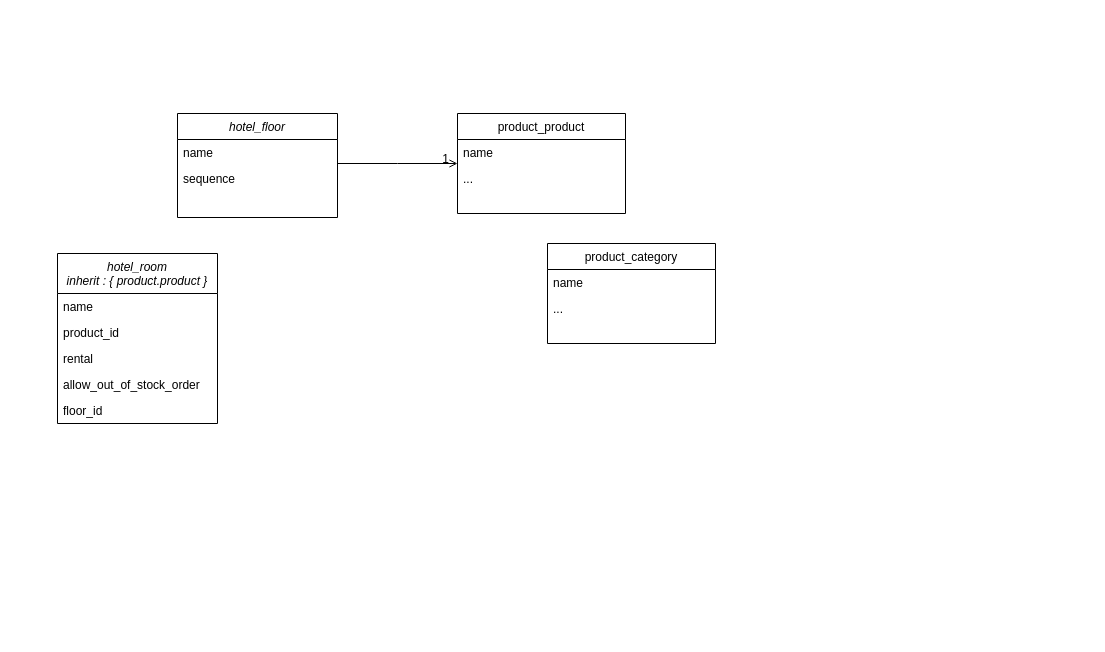
The draw.io diagram hotel_diagram.drawio in Jeremia1804/all_projects, before the edit. Source tidied: cells renumbered, new cells numbered last; positions are measured from the earlier drawing's top-left corner, leaving out a move shared by most shapes. Both pictures are drawn from the tidied source at 100%, with x=0, y=0 at pixel (57, 113).
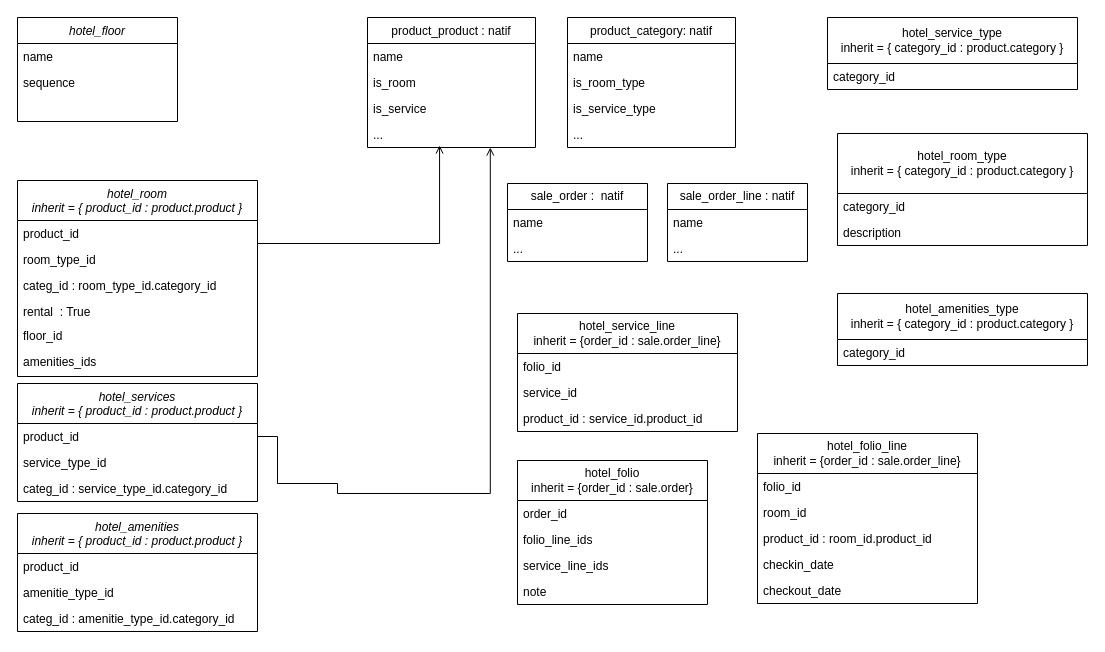
The same page after the edit.

Commit message (it also covers changes not shown here):
Mettre à jour hotel_diagram.drawio

What changed in the source:
```diff
@@
     <mxCell id="2" value="hotel_floor" style="swimlane;fontStyle=2;align=center;verticalAlign=top;horizontal=1;startSize=26;rounded=0;shadow=0;strokeWidth=1;" parent="1" vertex="1">
-      <mxGeometry x="120" width="160" height="104" as="geometry" />
+      <mxGeometry x="-40" y="-96" width="160" height="104" as="geometry" />
     </mxCell>
@@
-    <mxCell id="5" value="product_product" style="swimlane;fontStyle=0;align=center;verticalAlign=top;horizontal=1;startSize=26;rounded=0;shadow=0;strokeWidth=1;" parent="1" vertex="1">
-      <mxGeometry x="400" width="168" height="100" as="geometry" />
+    <mxCell id="5" value="product_product : natif" style="swimlane;fontStyle=0;align=center;verticalAlign=top;horizontal=1;startSize=26;rounded=0;shadow=0;strokeWidth=1;" parent="1" vertex="1">
+      <mxGeometry x="310" y="-96" width="168" height="130" as="geometry" />
     </mxCell>
@@
+    <mxCell id="19" value="is_room" style="text;align=left;verticalAlign=top;spacingLeft=4;spacingRight=4;overflow=hidden;rounded=0;shadow=0;html=0;" parent="5" vertex="1">
+      <mxGeometry y="52" width="168" height="26" as="geometry" />
+    </mxCell>
+    <mxCell id="20" value="is_service" style="text;align=left;verticalAlign=top;spacingLeft=4;spacingRight=4;overflow=hidden;rounded=0;shadow=0;html=0;" parent="5" vertex="1">
+      <mxGeometry y="78" width="168" height="26" as="geometry" />
+    </mxCell>
     <mxCell id="7" value="..." style="text;align=left;verticalAlign=top;spacingLeft=4;spacingRight=4;overflow=hidden;points=[[0,0.5],[1,0.5]];portConstraint=eastwest;rounded=0;shadow=0;html=0;" parent="5" vertex="1">
-      <mxGeometry y="52" width="168" height="26" as="geometry" />
+      <mxGeometry y="104" width="168" height="26" as="geometry" />
     </mxCell>
-    <mxCell id="8" style="endArrow=open;shadow=0;strokeWidth=1;rounded=0;curved=0;endFill=1;edgeStyle=elbowEdgeStyle;elbow=vertical;" parent="1" edge="1" source="2" target="5">
+    <mxCell id="8" style="endArrow=open;shadow=0;strokeWidth=1;rounded=0;curved=0;endFill=1;edgeStyle=elbowEdgeStyle;elbow=vertical;entryX=0.429;entryY=0.923;entryDx=0;entryDy=0;entryPerimeter=0;exitX=1;exitY=0.5;exitDx=0;exitDy=0;" parent="1" edge="1" source="15" target="7">
       <mxGeometry x="0.5" y="41" relative="1" as="geometry">
+        <Array as="points">
+          <mxPoint x="270" y="130" />
+        </Array>
         <mxPoint x="-40" y="32" as="offset" />
       </mxGeometry>
     </mxCell>
-    <mxCell id="9" value="1" style="align=right;verticalAlign=bottom;labelBackgroundColor=none;fontSize=12;" parent="8" vertex="1">
-      <mxGeometry x="1" relative="1" as="geometry">
-        <mxPoint x="-7" y="4" as="offset" />
-      </mxGeometry>
-    </mxCell>
-    <mxCell id="10" value="product_category" style="swimlane;fontStyle=0;align=center;verticalAlign=top;horizontal=1;startSize=26;rounded=0;shadow=0;strokeWidth=1;" parent="1" vertex="1">
-      <mxGeometry x="490" y="130" width="168" height="100" as="geometry" />
+    <mxCell id="10" value="product_category: natif" style="swimlane;fontStyle=0;align=center;verticalAlign=top;horizontal=1;startSize=26;rounded=0;shadow=0;strokeWidth=1;" parent="1" vertex="1">
+      <mxGeometry x="510" y="-96" width="168" height="130" as="geometry" />
     </mxCell>
@@
+    <mxCell id="21" value="is_room_type" style="text;align=left;verticalAlign=top;spacingLeft=4;spacingRight=4;overflow=hidden;rounded=0;shadow=0;html=0;" parent="10" vertex="1">
+      <mxGeometry y="52" width="168" height="26" as="geometry" />
+    </mxCell>
+    <mxCell id="22" value="is_service_type" style="text;align=left;verticalAlign=top;spacingLeft=4;spacingRight=4;overflow=hidden;rounded=0;shadow=0;html=0;" parent="10" vertex="1">
+      <mxGeometry y="78" width="168" height="26" as="geometry" />
+    </mxCell>
     <mxCell id="12" value="..." style="text;align=left;verticalAlign=top;spacingLeft=4;spacingRight=4;overflow=hidden;rounded=0;shadow=0;html=0;" parent="10" vertex="1">
-      <mxGeometry y="52" width="168" height="26" as="geometry" />
+      <mxGeometry y="104" width="168" height="26" as="geometry" />
     </mxCell>
-    <mxCell id="13" value="hotel_room&#10;inherit : { product.product }" style="swimlane;fontStyle=2;align=center;verticalAlign=top;horizontal=1;startSize=40;rounded=0;shadow=0;strokeWidth=1;" parent="1" vertex="1">
-      <mxGeometry y="140" width="160" height="170" as="geometry" />
+    <mxCell id="13" value="hotel_room&#10;inherit = { product_id : product.product }" style="swimlane;fontStyle=2;align=center;verticalAlign=top;horizontal=1;startSize=40;rounded=0;shadow=0;strokeWidth=1;" parent="1" vertex="1">
+      <mxGeometry x="-40" y="67" width="240" height="196" as="geometry" />
     </mxCell>
-    <mxCell id="14" value="name" style="text;align=left;verticalAlign=top;spacingLeft=4;spacingRight=4;overflow=hidden;" parent="13" vertex="1">
-      <mxGeometry y="40" width="160" height="26" as="geometry" />
-    </mxCell>
     <mxCell id="15" value="product_id" style="text;align=left;verticalAlign=top;spacingLeft=4;spacingRight=4;overflow=hidden;points=[[0,0.5],[1,0.5]];portConstraint=eastwest;rounded=0;shadow=0;html=0;" parent="13" vertex="1">
-      <mxGeometry y="66" width="160" height="26" as="geometry" />
+      <mxGeometry y="40" width="240" height="26" as="geometry" />
     </mxCell>
+    <mxCell id="23" value="room_type_id" style="text;align=left;verticalAlign=top;spacingLeft=4;spacingRight=4;overflow=hidden;rounded=0;shadow=0;html=0;" parent="13" vertex="1">
+      <mxGeometry y="66" width="240" height="26" as="geometry" />
+    </mxCell>
+    <mxCell id="24" value="categ_id : room_type_id.category_id" style="text;align=left;verticalAlign=top;spacingLeft=4;spacingRight=4;overflow=hidden;rounded=0;shadow=0;html=0;" parent="13" vertex="1">
+      <mxGeometry y="92" width="240" height="26" as="geometry" />
+    </mxCell>
-    <mxCell id="16" value="rental" style="text;align=left;verticalAlign=top;spacingLeft=4;spacingRight=4;overflow=hidden;rounded=0;shadow=0;html=0;" parent="13" vertex="1">
-      <mxGeometry y="92" width="160" height="26" as="geometry" />
+    <mxCell id="16" value="rental  : True" style="text;align=left;verticalAlign=top;spacingLeft=4;spacingRight=4;overflow=hidden;rounded=0;shadow=0;html=0;" parent="13" vertex="1">
+      <mxGeometry y="118" width="240" height="24" as="geometry" />
     </mxCell>
-    <mxCell id="17" value="allow_out_of_stock_order" style="text;align=left;verticalAlign=top;spacingLeft=4;spacingRight=4;overflow=hidden;rounded=0;shadow=0;html=0;" parent="13" vertex="1">
-      <mxGeometry y="118" width="160" height="26" as="geometry" />
-    </mxCell>
     <mxCell id="18" value="floor_id" style="text;align=left;verticalAlign=top;spacingLeft=4;spacingRight=4;overflow=hidden;rounded=0;shadow=0;html=0;" parent="13" vertex="1">
-      <mxGeometry y="144" width="160" height="26" as="geometry" />
+      <mxGeometry y="142" width="240" height="26" as="geometry" />
     </mxCell>
+    <mxCell id="25" value="amenities_ids" style="text;align=left;verticalAlign=top;spacingLeft=4;spacingRight=4;overflow=hidden;rounded=0;shadow=0;html=0;" parent="13" vertex="1">
+      <mxGeometry y="168" width="240" height="26" as="geometry" />
+    </mxCell>
+    <mxCell id="26" value="hotel_room_type&lt;div&gt;inherit = { category_id : product.category }&lt;/div&gt;" style="swimlane;fontStyle=0;horizontal=1;startSize=60;fillColor=none;whiteSpace=wrap;html=1;" parent="1" vertex="1">
+      <mxGeometry x="780" y="20" width="250" height="112" as="geometry" />
+    </mxCell>
+    <mxCell id="27" value="category_id" style="text;strokeColor=none;fillColor=none;align=left;verticalAlign=top;spacingLeft=4;spacingRight=4;overflow=hidden;whiteSpace=wrap;html=1;" parent="26" vertex="1">
+      <mxGeometry y="60" width="250" height="26" as="geometry" />
+    </mxCell>
+    <mxCell id="28" value="description" style="text;strokeColor=none;fillColor=none;align=left;verticalAlign=top;spacingLeft=4;spacingRight=4;overflow=hidden;whiteSpace=wrap;html=1;" parent="26" vertex="1">
+      <mxGeometry y="86" width="250" height="26" as="geometry" />
+    </mxCell>
+    <mxCell id="29" value="hotel_services&#10;inherit = { product_id : product.product }" style="swimlane;fontStyle=2;align=center;verticalAlign=top;horizontal=1;startSize=40;rounded=0;shadow=0;strokeWidth=1;" parent="1" vertex="1">
+      <mxGeometry x="-40" y="270" width="240" height="118" as="geometry" />
+    </mxCell>
+    <mxCell id="30" value="product_id" style="text;align=left;verticalAlign=top;spacingLeft=4;spacingRight=4;overflow=hidden;points=[[0,0.5],[1,0.5]];portConstraint=eastwest;rounded=0;shadow=0;html=0;" parent="29" vertex="1">
+      <mxGeometry y="40" width="240" height="26" as="geometry" />
+    </mxCell>
+    <mxCell id="31" value="service_type_id" style="text;align=left;verticalAlign=top;spacingLeft=4;spacingRight=4;overflow=hidden;rounded=0;shadow=0;html=0;" parent="29" vertex="1">
+      <mxGeometry y="66" width="240" height="26" as="geometry" />
+    </mxCell>
+    <mxCell id="32" value="categ_id : service_type_id.category_id" style="text;align=left;verticalAlign=top;spacingLeft=4;spacingRight=4;overflow=hidden;rounded=0;shadow=0;html=0;" parent="29" vertex="1">
+      <mxGeometry y="92" width="240" height="26" as="geometry" />
+    </mxCell>
+    <mxCell id="33" value="hotel_service_type&lt;div&gt;inherit = { category_id : product.category }&lt;br&gt;&lt;/div&gt;" style="swimlane;fontStyle=0;horizontal=1;startSize=46;fillColor=none;whiteSpace=wrap;html=1;" parent="1" vertex="1">
+      <mxGeometry x="770" y="-96" width="250" height="72" as="geometry" />
+    </mxCell>
+    <mxCell id="34" value="category_id" style="text;strokeColor=none;fillColor=none;align=left;verticalAlign=top;spacingLeft=4;spacingRight=4;overflow=hidden;whiteSpace=wrap;html=1;" parent="33" vertex="1">
+      <mxGeometry y="46" width="250" height="26" as="geometry" />
+    </mxCell>
+    <mxCell id="35" style="endArrow=open;shadow=0;strokeWidth=1;rounded=0;endFill=1;edgeStyle=orthogonalEdgeStyle;elbow=vertical;entryX=0.571;entryY=1.077;entryDx=0;entryDy=0;entryPerimeter=0;exitX=1;exitY=0.5;exitDx=0;exitDy=0;" parent="1" edge="1" source="30">
+      <mxGeometry x="0.5" y="41" relative="1" as="geometry">
+        <mxPoint x="432.8" y="34" as="targetPoint" />
+        <Array as="points">
+          <mxPoint x="220" y="370" />
+          <mxPoint x="280" y="370" />
+          <mxPoint x="280" y="380" />
+          <mxPoint x="433" y="380" />
+        </Array>
+        <mxPoint x="-40" y="32" as="offset" />
+      </mxGeometry>
+    </mxCell>
+    <mxCell id="36" value="hotel_amenities_type&lt;div&gt;inherit = { category_id : product.category }&lt;br&gt;&lt;/div&gt;" style="swimlane;fontStyle=0;horizontal=1;startSize=46;fillColor=none;whiteSpace=wrap;html=1;" parent="1" vertex="1">
+      <mxGeometry x="780" y="180" width="250" height="72" as="geometry" />
+    </mxCell>
+    <mxCell id="37" value="category_id" style="text;strokeColor=none;fillColor=none;align=left;verticalAlign=top;spacingLeft=4;spacingRight=4;overflow=hidden;whiteSpace=wrap;html=1;" parent="36" vertex="1">
+      <mxGeometry y="46" width="250" height="26" as="geometry" />
+    </mxCell>
+    <mxCell id="38" value="hotel_amenities&#10;inherit = { product_id : product.product }" style="swimlane;fontStyle=2;align=center;verticalAlign=top;horizontal=1;startSize=40;rounded=0;shadow=0;strokeWidth=1;" parent="1" vertex="1">
+      <mxGeometry x="-40" y="400" width="240" height="118" as="geometry" />
+    </mxCell>
+    <mxCell id="39" value="product_id" style="text;align=left;verticalAlign=top;spacingLeft=4;spacingRight=4;overflow=hidden;rounded=0;shadow=0;html=0;" parent="38" vertex="1">
+      <mxGeometry y="40" width="240" height="26" as="geometry" />
+    </mxCell>
+    <mxCell id="40" value="amenitie_type_id" style="text;align=left;verticalAlign=top;spacingLeft=4;spacingRight=4;overflow=hidden;rounded=0;shadow=0;html=0;" parent="38" vertex="1">
+      <mxGeometry y="66" width="240" height="26" as="geometry" />
+    </mxCell>
+    <mxCell id="41" value="categ_id : amenitie_type_id.category_id" style="text;align=left;verticalAlign=top;spacingLeft=4;spacingRight=4;overflow=hidden;rounded=0;shadow=0;html=0;" parent="38" vertex="1">
+      <mxGeometry y="92" width="240" height="26" as="geometry" />
+    </mxCell>
+    <mxCell id="42" value="hotel_folio&lt;div&gt;inherit = {order_id : sale.order}&lt;/div&gt;" style="swimlane;fontStyle=0;horizontal=1;startSize=40;fillColor=none;whiteSpace=wrap;html=1;" parent="1" vertex="1">
+      <mxGeometry x="460" y="347" width="190" height="144" as="geometry" />
+    </mxCell>
+    <mxCell id="43" value="order_id" style="text;strokeColor=none;fillColor=none;align=left;verticalAlign=top;spacingLeft=4;spacingRight=4;overflow=hidden;whiteSpace=wrap;html=1;" parent="42" vertex="1">
+      <mxGeometry y="40" width="190" height="26" as="geometry" />
+    </mxCell>
+    <mxCell id="44" value="folio_line_ids" style="text;strokeColor=none;fillColor=none;align=left;verticalAlign=top;spacingLeft=4;spacingRight=4;overflow=hidden;whiteSpace=wrap;html=1;" parent="42" vertex="1">
+      <mxGeometry y="66" width="190" height="26" as="geometry" />
+    </mxCell>
+    <mxCell id="45" value="service_line_ids" style="text;strokeColor=none;fillColor=none;align=left;verticalAlign=top;spacingLeft=4;spacingRight=4;overflow=hidden;whiteSpace=wrap;html=1;" parent="42" vertex="1">
+      <mxGeometry y="92" width="190" height="26" as="geometry" />
+    </mxCell>
+    <mxCell id="46" value="note" style="text;strokeColor=none;fillColor=none;align=left;verticalAlign=top;spacingLeft=4;spacingRight=4;overflow=hidden;whiteSpace=wrap;html=1;" parent="42" vertex="1">
+      <mxGeometry y="118" width="190" height="26" as="geometry" />
+    </mxCell>
+    <mxCell id="47" value="sale_order :&amp;nbsp; natif" style="swimlane;fontStyle=0;horizontal=1;startSize=26;fillColor=none;whiteSpace=wrap;html=1;" parent="1" vertex="1">
+      <mxGeometry x="450" y="70" width="140" height="78" as="geometry" />
+    </mxCell>
+    <mxCell id="48" value="name" style="text;strokeColor=none;fillColor=none;align=left;verticalAlign=top;spacingLeft=4;spacingRight=4;overflow=hidden;whiteSpace=wrap;html=1;" parent="47" vertex="1">
+      <mxGeometry y="26" width="140" height="26" as="geometry" />
+    </mxCell>
+    <mxCell id="49" value="..." style="text;strokeColor=none;fillColor=none;align=left;verticalAlign=top;spacingLeft=4;spacingRight=4;overflow=hidden;whiteSpace=wrap;html=1;" parent="47" vertex="1">
+      <mxGeometry y="52" width="140" height="26" as="geometry" />
+    </mxCell>
+    <mxCell id="50" value="sale_order_line : natif" style="swimlane;fontStyle=0;horizontal=1;startSize=26;fillColor=none;whiteSpace=wrap;html=1;" parent="1" vertex="1">
+      <mxGeometry x="610" y="70" width="140" height="78" as="geometry" />
+    </mxCell>
+    <mxCell id="51" value="name" style="text;strokeColor=none;fillColor=none;align=left;verticalAlign=top;spacingLeft=4;spacingRight=4;overflow=hidden;whiteSpace=wrap;html=1;" parent="50" vertex="1">
+      <mxGeometry y="26" width="140" height="26" as="geometry" />
+    </mxCell>
+    <mxCell id="52" value="..." style="text;strokeColor=none;fillColor=none;align=left;verticalAlign=top;spacingLeft=4;spacingRight=4;overflow=hidden;whiteSpace=wrap;html=1;" parent="50" vertex="1">
+      <mxGeometry y="52" width="140" height="26" as="geometry" />
+    </mxCell>
+    <mxCell id="53" value="hotel_folio_line&lt;div&gt;inherit = {order_id : sale.order_line}&lt;/div&gt;" style="swimlane;fontStyle=0;horizontal=1;startSize=40;fillColor=none;whiteSpace=wrap;html=1;" parent="1" vertex="1">
+      <mxGeometry x="700" y="320" width="220" height="170" as="geometry" />
+    </mxCell>
+    <mxCell id="54" value="folio_id" style="text;strokeColor=none;fillColor=none;align=left;verticalAlign=top;spacingLeft=4;spacingRight=4;overflow=hidden;whiteSpace=wrap;html=1;" parent="53" vertex="1">
+      <mxGeometry y="40" width="220" height="26" as="geometry" />
+    </mxCell>
+    <mxCell id="55" value="room_id" style="text;strokeColor=none;fillColor=none;align=left;verticalAlign=top;spacingLeft=4;spacingRight=4;overflow=hidden;whiteSpace=wrap;html=1;" parent="53" vertex="1">
+      <mxGeometry y="66" width="220" height="26" as="geometry" />
+    </mxCell>
+    <mxCell id="56" value="product_id : room_id.product_id" style="text;strokeColor=none;fillColor=none;align=left;verticalAlign=top;spacingLeft=4;spacingRight=4;overflow=hidden;whiteSpace=wrap;html=1;" parent="53" vertex="1">
+      <mxGeometry y="92" width="220" height="26" as="geometry" />
+    </mxCell>
+    <mxCell id="57" value="checkin_date" style="text;strokeColor=none;fillColor=none;align=left;verticalAlign=top;spacingLeft=4;spacingRight=4;overflow=hidden;whiteSpace=wrap;html=1;" parent="53" vertex="1">
+      <mxGeometry y="118" width="220" height="26" as="geometry" />
+    </mxCell>
+    <mxCell id="58" value="checkout_date" style="text;strokeColor=none;fillColor=none;align=left;verticalAlign=top;spacingLeft=4;spacingRight=4;overflow=hidden;whiteSpace=wrap;html=1;" parent="53" vertex="1">
+      <mxGeometry y="144" width="220" height="26" as="geometry" />
+    </mxCell>
+    <mxCell id="59" value="hotel_service_line&lt;div&gt;inherit = {order_id : sale.order_line}&lt;/div&gt;" style="swimlane;fontStyle=0;horizontal=1;startSize=40;fillColor=none;whiteSpace=wrap;html=1;" parent="1" vertex="1">
+      <mxGeometry x="460" y="200" width="220" height="118" as="geometry" />
+    </mxCell>
+    <mxCell id="60" value="folio_id" style="text;strokeColor=none;fillColor=none;align=left;verticalAlign=top;spacingLeft=4;spacingRight=4;overflow=hidden;whiteSpace=wrap;html=1;" parent="59" vertex="1">
+      <mxGeometry y="40" width="220" height="26" as="geometry" />
+    </mxCell>
+    <mxCell id="61" value="service_id" style="text;strokeColor=none;fillColor=none;align=left;verticalAlign=top;spacingLeft=4;spacingRight=4;overflow=hidden;whiteSpace=wrap;html=1;" parent="59" vertex="1">
+      <mxGeometry y="66" width="220" height="26" as="geometry" />
+    </mxCell>
+    <mxCell id="62" value="product_id : service_id.product_id" style="text;strokeColor=none;fillColor=none;align=left;verticalAlign=top;spacingLeft=4;spacingRight=4;overflow=hidden;whiteSpace=wrap;html=1;" parent="59" vertex="1">
+      <mxGeometry y="92" width="220" height="26" as="geometry" />
+    </mxCell>
```
